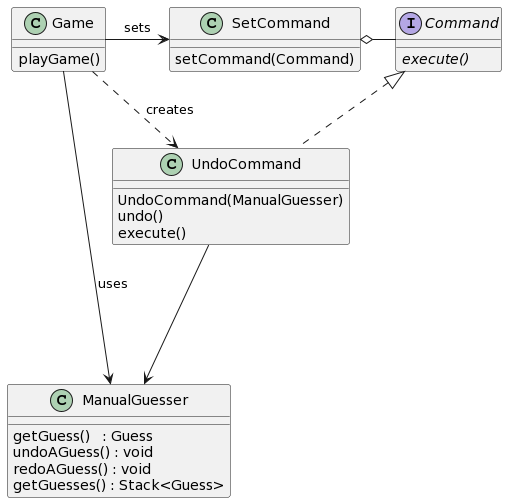
Before: uc-seng301-wordleapp-assignment5/uc-seng301-wordleapp-assignment5/diagrams/Command Method.png, a diagram exported from PlantUML (Xahid-Khan/SENG301_Assignment_5). Its diagram source:
```plantuml
@startuml
interface Command {
  {abstract}execute()
}

Class UndoCommand {
  UndoCommand(ManualGuesser)
  undo()
  execute()
}

Class Game {
  playGame()
}

Class SetCommand {
  setCommand(Command)
}

Class ManualGuesser {
  getGuess()   : Guess
  undoAGuess() : void
  redoAGuess() : void
  getGuesses() : Stack<Guess>
}

Game -> ManualGuesser : uses
Game -> SetCommand : sets
Game .> UndoCommand : creates
Command <|.. UndoCommand
SetCommand o- Command
UndoCommand ---> ManualGuesser
@enduml
```
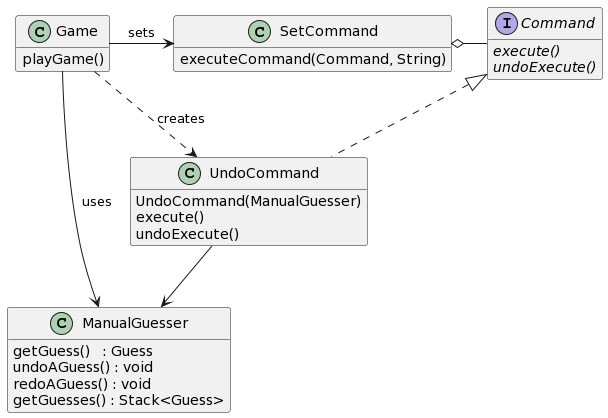
The same file after the commit.

Diff of the diagram source:
```diff
@@ -1,12 +1,15 @@
 @startuml
+hide empty attributes
+
 interface Command {
   {abstract}execute()
+  {abstract}undoExecute()
 }
 
 Class UndoCommand {
   UndoCommand(ManualGuesser)
-  undo()
   execute()
+  undoExecute()
 }
 
 Class Game {
@@ -14,7 +17,7 @@
 }
 
 Class SetCommand {
-  setCommand(Command)
+  executeCommand(Command, String)
 }
 
 Class ManualGuesser {
@@ -26,8 +29,8 @@
 
 Game -> ManualGuesser : uses
 Game -> SetCommand : sets
-Game .> UndoCommand : creates
+Game ..> UndoCommand : creates
 Command <|.. UndoCommand
 SetCommand o- Command
-UndoCommand ---> ManualGuesser
+UndoCommand --> ManualGuesser
 @enduml
```
